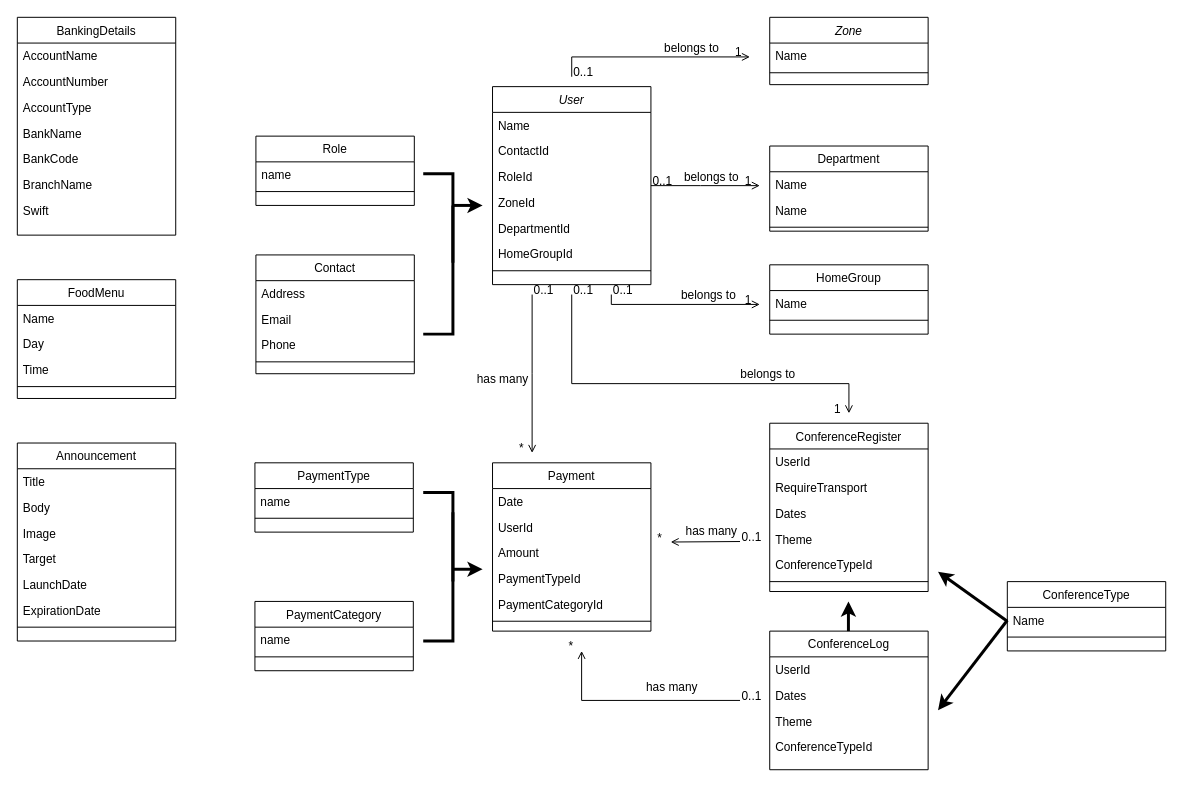
Before: Untitled Diagram.drawio in alphamonline/HIM-Events-App, a draw.io diagram. Source tidied: cells renumbered, new cells numbered last; positions are measured from the earlier drawing's top-left corner, leaving out a move shared by most shapes. Both pictures are drawn from the tidied source at 99%, with x=0, y=0 at pixel (17, 17).
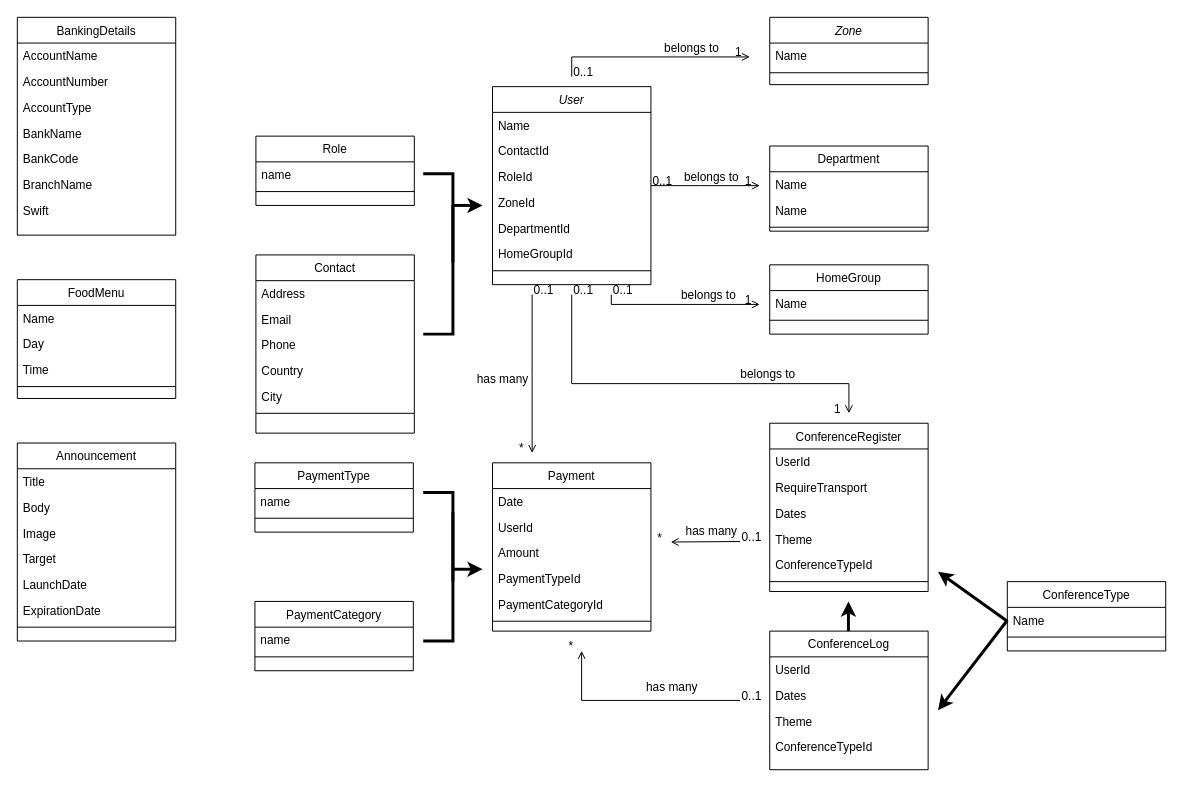
The same diagram, later.

Commit message:
Enhance user contact

The edit, as a diff of the source:
```diff
@@
     <mxCell id="10" value="Contact" style="swimlane;fontStyle=0;align=center;verticalAlign=top;horizontal=1;startSize=26;rounded=0;shadow=0;strokeWidth=1;" parent="1" vertex="1">
-      <mxGeometry x="241" y="240" width="160" height="120" as="geometry" />
+      <mxGeometry x="241" y="240" width="160" height="180" as="geometry" />
     </mxCell>
@@
-    <mxCell id="14" style="line;html=1;strokeWidth=1;align=left;verticalAlign=middle;spacingTop=-1;spacingLeft=3;spacingRight=3;labelPosition=right;" parent="10" vertex="1">
-      <mxGeometry y="104" width="160" height="8" as="geometry" />
-    </mxCell>
+    <mxCell id="114" value="Country" style="text;align=left;verticalAlign=top;spacingLeft=4;spacingRight=4;overflow=hidden;rounded=0;shadow=0;html=0;" parent="10" vertex="1">
+      <mxGeometry y="104" width="160" height="26" as="geometry" />
+    </mxCell>
+    <mxCell id="115" value="City" style="text;align=left;verticalAlign=top;spacingLeft=4;spacingRight=4;overflow=hidden;rounded=0;shadow=0;html=0;" parent="10" vertex="1">
+      <mxGeometry y="130" width="160" height="26" as="geometry" />
+    </mxCell>
+    <mxCell id="116" style="line;html=1;strokeWidth=1;align=left;verticalAlign=middle;spacingTop=-1;spacingLeft=3;spacingRight=3;labelPosition=right;" parent="10" vertex="1">
+      <mxGeometry y="156" width="160" height="8" as="geometry" />
+    </mxCell>
```
